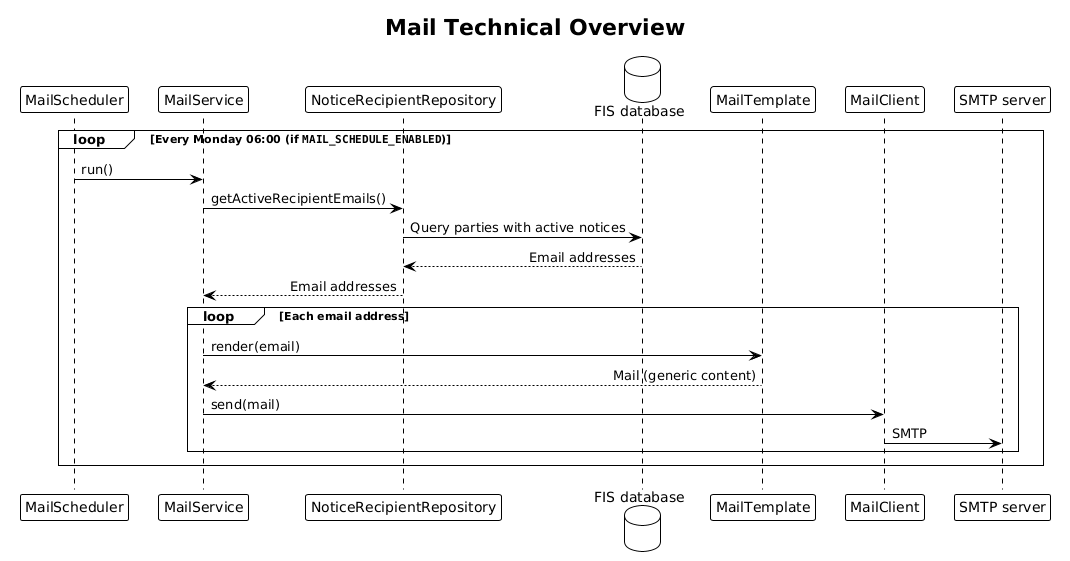
This is docs-dev/diagrams/mail_overview.png from elhub/flex-information-system, a PlantUML export, as it was before one commit.
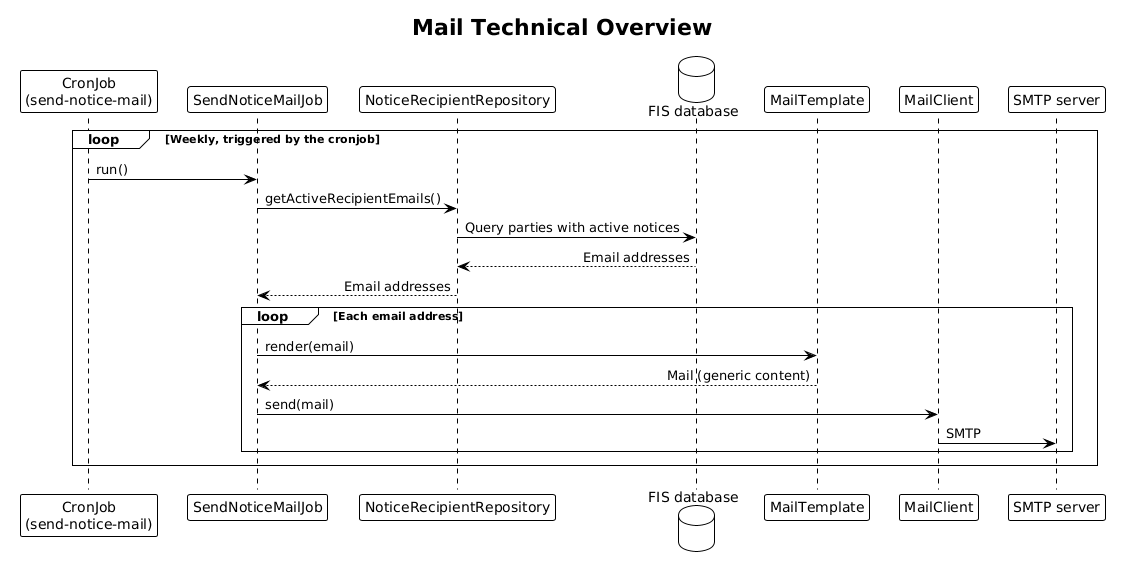
After the change.

Commit message:
fix: use CronJob instead of Scheduler (FLEX-1566)

What changed in the source:
```diff
@@ -6,15 +6,15 @@
 skinparam LifelineStrategy solid
 skinparam SequenceMessageAlign direction
 
-participant MailScheduler as sched
-participant MailService as svc
+participant "CronJob\n(send-notice-mail)" as sched
+participant SendNoticeMailJob as svc
 participant NoticeRecipientRepository as repo
 database "FIS database" as db
 participant MailTemplate as tpl
 participant MailClient as client
 participant "SMTP server" as smtp
 
-loop Every Monday 06:00 (if ""MAIL_SCHEDULE_ENABLED"")
+loop Weekly, triggered by the cronjob
   sched -> svc: run()
   svc -> repo: getActiveRecipientEmails()
   repo -> db: Query parties with active notices
```
